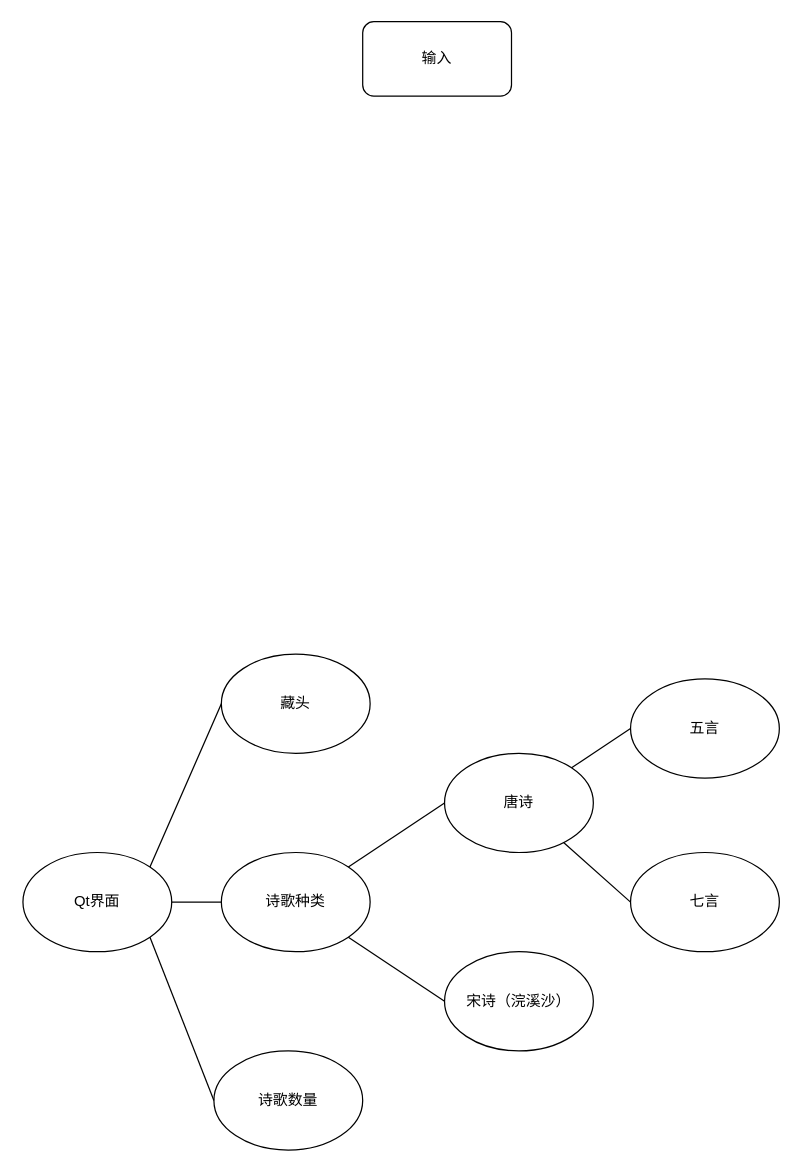
This is text-processing.drawio from TYA-saras/poem, a draw.io file, before an edit. Source tidied: cells renumbered, new cells numbered last; positions are measured from the earlier drawing's top-left corner, leaving out a move shared by most shapes. Both pictures are drawn from the tidied source at 124%, with x=0, y=0 at pixel (22, 21).
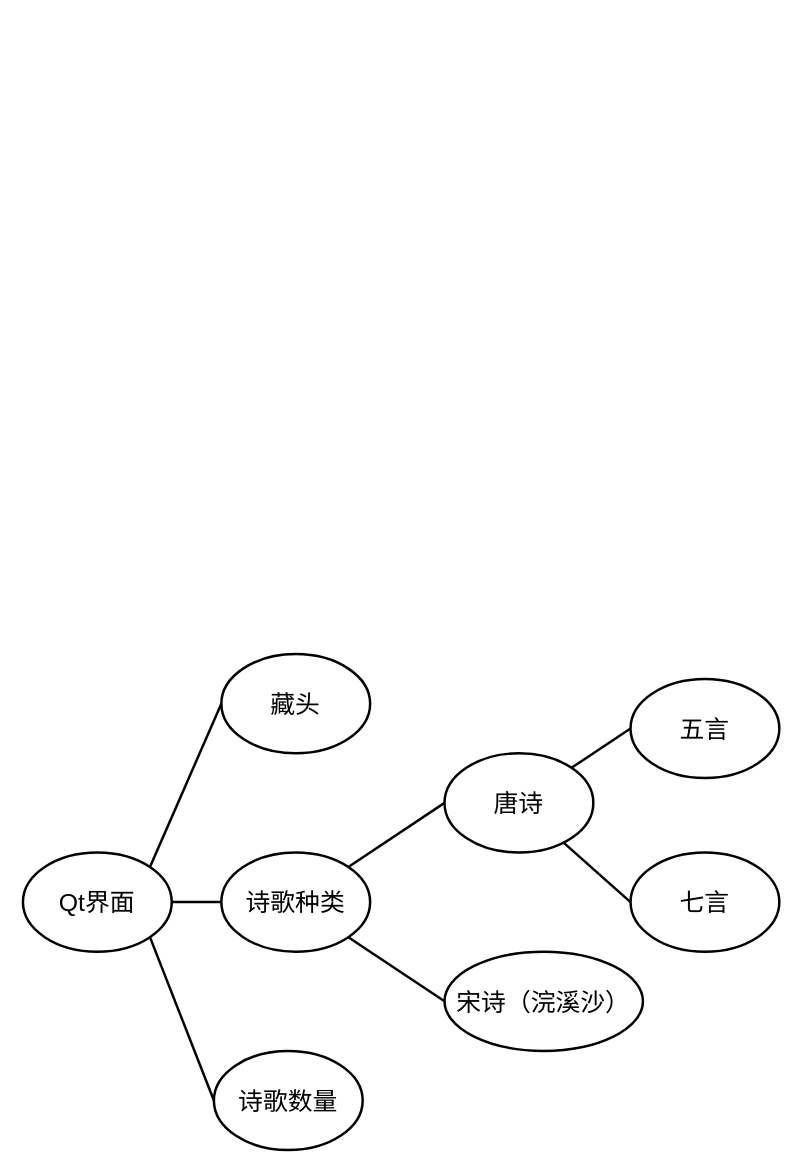
The same diagram, later.

What changed in the source:
```diff
@@
 <mxGraphModel>
   <root>
     <mxCell id="0" />
     <mxCell id="1" parent="0" />
-    <mxCell id="2" value="输入" style="rounded=1;whiteSpace=wrap;html=1;" parent="1" vertex="1">
-      <mxGeometry x="274" width="120" height="60" as="geometry" />
-    </mxCell>
-    <mxCell id="3" value="Qt界面" style="ellipse;whiteSpace=wrap;html=1;" parent="1" vertex="1">
+    <mxCell id="3" value="Qt界面" style="ellipse;whiteSpace=wrap;html=1;fontSize=20;strokeWidth=2;" parent="1" vertex="1">
       <mxGeometry y="670" width="120" height="80" as="geometry" />
     </mxCell>
-    <mxCell id="4" value="藏头" style="ellipse;whiteSpace=wrap;html=1;" parent="1" vertex="1">
+    <mxCell id="4" value="藏头" style="ellipse;whiteSpace=wrap;html=1;fontSize=20;strokeWidth=2;" parent="1" vertex="1">
       <mxGeometry x="160" y="510" width="120" height="80" as="geometry" />
     </mxCell>
-    <mxCell id="5" value="诗歌种类" style="ellipse;whiteSpace=wrap;html=1;" parent="1" vertex="1">
+    <mxCell id="5" value="诗歌种类" style="ellipse;whiteSpace=wrap;html=1;fontSize=20;strokeWidth=2;" parent="1" vertex="1">
       <mxGeometry x="160" y="670" width="120" height="80" as="geometry" />
     </mxCell>
-    <mxCell id="6" value="诗歌数量" style="ellipse;whiteSpace=wrap;html=1;" parent="1" vertex="1">
+    <mxCell id="6" value="诗歌数量" style="ellipse;whiteSpace=wrap;html=1;fontSize=20;strokeWidth=2;" parent="1" vertex="1">
       <mxGeometry x="154" y="830" width="120" height="80" as="geometry" />
     </mxCell>
-    <mxCell id="7" value="唐诗" style="ellipse;whiteSpace=wrap;html=1;" parent="1" vertex="1">
+    <mxCell id="7" value="唐诗" style="ellipse;whiteSpace=wrap;html=1;fontSize=20;strokeWidth=2;" parent="1" vertex="1">
       <mxGeometry x="340" y="590" width="120" height="80" as="geometry" />
     </mxCell>
-    <mxCell id="8" value="宋诗（浣溪沙）" style="ellipse;whiteSpace=wrap;html=1;" parent="1" vertex="1">
-      <mxGeometry x="340" y="750" width="120" height="80" as="geometry" />
+    <mxCell id="8" value="宋诗（浣溪沙）" style="ellipse;whiteSpace=wrap;html=1;fontSize=20;strokeWidth=2;" parent="1" vertex="1">
+      <mxGeometry x="340" y="750" width="160" height="80" as="geometry" />
     </mxCell>
-    <mxCell id="9" value="五言" style="ellipse;whiteSpace=wrap;html=1;" parent="1" vertex="1">
+    <mxCell id="9" value="五言" style="ellipse;whiteSpace=wrap;html=1;fontSize=20;strokeWidth=2;" parent="1" vertex="1">
       <mxGeometry x="490" y="530" width="120" height="80" as="geometry" />
     </mxCell>
-    <mxCell id="10" value="七言" style="ellipse;whiteSpace=wrap;html=1;" parent="1" vertex="1">
+    <mxCell id="10" value="七言" style="ellipse;whiteSpace=wrap;html=1;fontSize=20;strokeWidth=2;" parent="1" vertex="1">
       <mxGeometry x="490" y="670" width="120" height="80" as="geometry" />
     </mxCell>
-    <mxCell id="11" style="endArrow=none;html=1;rounded=0;exitX=1;exitY=0;exitDx=0;exitDy=0;entryX=0;entryY=0.5;entryDx=0;entryDy=0;" parent="1" edge="1" source="3" target="4">
+    <mxCell id="11" style="endArrow=none;html=1;rounded=0;exitX=1;exitY=0;exitDx=0;exitDy=0;entryX=0;entryY=0.5;entryDx=0;entryDy=0;fontSize=20;strokeWidth=2;" parent="1" edge="1" source="3" target="4">
       <mxGeometry relative="1" as="geometry" />
     </mxCell>
-    <mxCell id="12" style="endArrow=none;html=1;rounded=0;exitX=1;exitY=1;exitDx=0;exitDy=0;entryX=0;entryY=0.5;entryDx=0;entryDy=0;" parent="1" edge="1" source="3" target="6">
+    <mxCell id="12" style="endArrow=none;html=1;rounded=0;exitX=1;exitY=1;exitDx=0;exitDy=0;entryX=0;entryY=0.5;entryDx=0;entryDy=0;fontSize=20;strokeWidth=2;" parent="1" edge="1" source="3" target="6">
       <mxGeometry relative="1" as="geometry" />
     </mxCell>
-    <mxCell id="13" style="endArrow=none;html=1;rounded=0;exitX=1;exitY=0;exitDx=0;exitDy=0;entryX=0;entryY=0.5;entryDx=0;entryDy=0;" parent="1" edge="1" source="5" target="7">
+    <mxCell id="13" style="endArrow=none;html=1;rounded=0;exitX=1;exitY=0;exitDx=0;exitDy=0;entryX=0;entryY=0.5;entryDx=0;entryDy=0;fontSize=20;strokeWidth=2;" parent="1" edge="1" source="5" target="7">
       <mxGeometry relative="1" as="geometry" />
     </mxCell>
-    <mxCell id="14" style="endArrow=none;html=1;rounded=0;exitX=1;exitY=1;exitDx=0;exitDy=0;entryX=0;entryY=0.5;entryDx=0;entryDy=0;" parent="1" edge="1" source="5" target="8">
+    <mxCell id="14" style="endArrow=none;html=1;rounded=0;exitX=1;exitY=1;exitDx=0;exitDy=0;entryX=0;entryY=0.5;entryDx=0;entryDy=0;fontSize=20;strokeWidth=2;" parent="1" edge="1" source="5" target="8">
       <mxGeometry relative="1" as="geometry" />
     </mxCell>
-    <mxCell id="15" style="endArrow=none;html=1;rounded=0;entryX=0;entryY=0.5;entryDx=0;entryDy=0;exitX=1;exitY=0;exitDx=0;exitDy=0;" parent="1" edge="1" source="7" target="9">
+    <mxCell id="15" style="endArrow=none;html=1;rounded=0;entryX=0;entryY=0.5;entryDx=0;entryDy=0;exitX=1;exitY=0;exitDx=0;exitDy=0;fontSize=20;strokeWidth=2;" parent="1" edge="1" source="7" target="9">
       <mxGeometry relative="1" as="geometry" />
     </mxCell>
-    <mxCell id="16" style="endArrow=none;html=1;rounded=0;entryX=0;entryY=0.5;entryDx=0;entryDy=0;" parent="1" edge="1" source="7" target="10">
+    <mxCell id="16" style="endArrow=none;html=1;rounded=0;entryX=0;entryY=0.5;entryDx=0;entryDy=0;fontSize=20;strokeWidth=2;" parent="1" edge="1" source="7" target="10">
       <mxGeometry relative="1" as="geometry" />
     </mxCell>
-    <mxCell id="17" style="endArrow=none;html=1;rounded=0;exitX=1;exitY=0.5;exitDx=0;exitDy=0;entryX=0;entryY=0.5;entryDx=0;entryDy=0;" parent="1" edge="1" source="3" target="5">
+    <mxCell id="17" style="endArrow=none;html=1;rounded=0;exitX=1;exitY=0.5;exitDx=0;exitDy=0;entryX=0;entryY=0.5;entryDx=0;entryDy=0;fontSize=20;strokeWidth=2;" parent="1" edge="1" source="3" target="5">
       <mxGeometry relative="1" as="geometry" />
     </mxCell>
   </root>
 </mxGraphModel>
```
